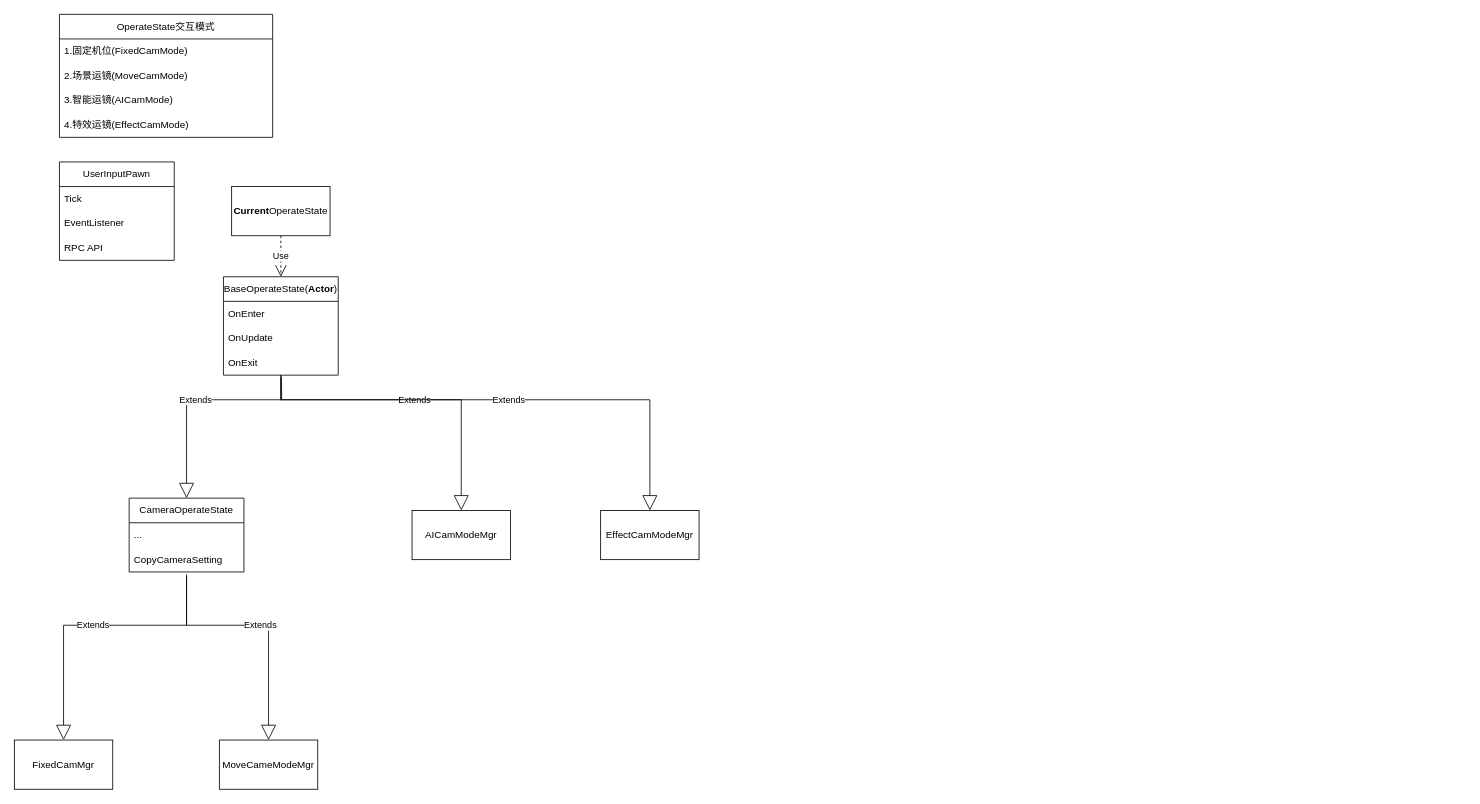
Above: cameramode.drawio in Owlcean/drawiorecord (draw.io), before the change. Source tidied: cells renumbered, new cells numbered last; positions are measured from the earlier drawing's top-left corner, leaving out a move shared by most shapes. Both pictures are drawn from the tidied source at 82%, with x=0, y=0 at pixel (14, 14).
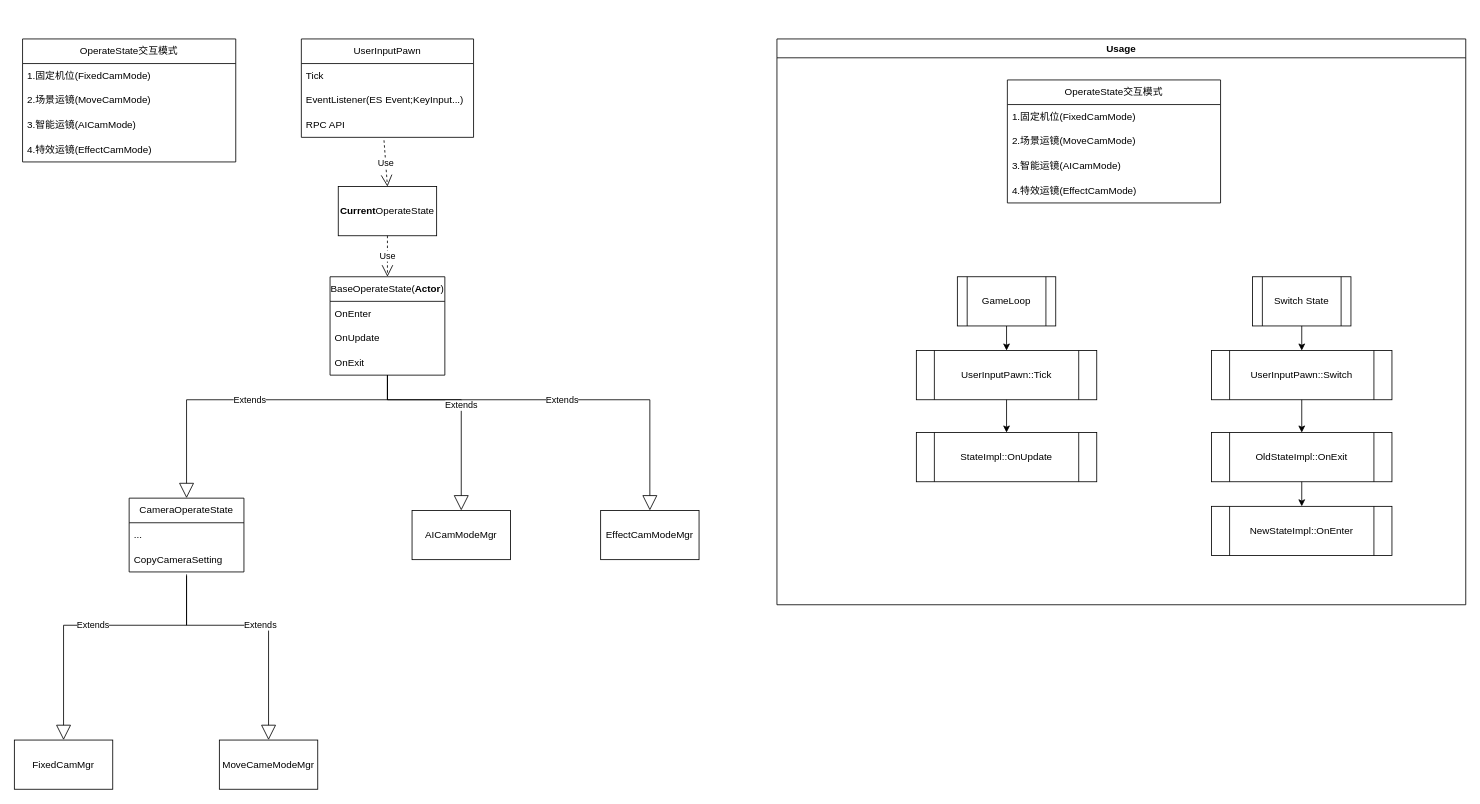
After the change.

The change refers to these unchanged cells:
```xml
<mxCell id="11" value="OnExit" style="text;strokeColor=none;fillColor=none;align=left;verticalAlign=middle;spacingLeft=4;spacingRight=4;overflow=hidden;points=[[0,0.5],[1,0.5]];portConstraint=eastwest;whiteSpace=wrap;html=1;" parent="8" vertex="1">
  <mxGeometry y="90" width="140" height="30" as="geometry" />
</mxCell>
<mxCell id="19" value="AICamModeMgr" style="rounded=0;whiteSpace=wrap;html=1;" parent="1" vertex="1">
  <mxGeometry x="485" y="605" width="120" height="60" as="geometry" />
</mxCell>
<mxCell id="20" value="EffectCamModeMgr" style="rounded=0;whiteSpace=wrap;html=1;" parent="1" vertex="1">
  <mxGeometry x="715" y="605" width="120" height="60" as="geometry" />
</mxCell>
<mxCell id="25" value="CameraOperateState" style="swimlane;fontStyle=0;horizontal=1;startSize=30;whiteSpace=wrap;html=1;" parent="1" vertex="1">
  <mxGeometry x="140" y="590" width="140" height="90" as="geometry" />
</mxCell>
```

Diff of the diagram source:
```diff
@@
+    <mxCell id="29" value="Usage" style="swimlane;whiteSpace=wrap;html=1;" parent="1" vertex="1">
+      <mxGeometry x="930" y="30" width="840" height="690" as="geometry" />
+    </mxCell>
-    <mxCell id="2" value="OperateState交互模式" style="swimlane;fontStyle=0;horizontal=1;startSize=30;whiteSpace=wrap;html=1;" parent="1" vertex="1">
-      <mxGeometry x="55" width="260" height="150" as="geometry" />
+    <mxCell id="2" value="OperateState交互模式" style="swimlane;fontStyle=0;horizontal=1;startSize=30;whiteSpace=wrap;html=1;" parent="29" vertex="1">
+      <mxGeometry x="281" y="50" width="260" height="150" as="geometry" />
     </mxCell>
@@
+    <mxCell id="30" value="UserInputPawn::Tick" style="shape=process;whiteSpace=wrap;html=1;backgroundOutline=1;" parent="29" vertex="1">
+      <mxGeometry x="170" y="380" width="220" height="60" as="geometry" />
+    </mxCell>
+    <mxCell id="31" value="StateImpl::OnUpdate" style="shape=process;whiteSpace=wrap;html=1;backgroundOutline=1;" parent="29" vertex="1">
+      <mxGeometry x="170" y="480" width="220" height="60" as="geometry" />
+    </mxCell>
+    <mxCell id="32" style="endArrow=classic;html=1;rounded=0;exitX=0.5;exitY=1;exitDx=0;exitDy=0;entryX=0.5;entryY=0;entryDx=0;entryDy=0;" parent="29" edge="1" source="34" target="30">
+      <mxGeometry relative="1" as="geometry" />
+    </mxCell>
+    <mxCell id="33" style="endArrow=classic;html=1;rounded=0;exitX=0.5;exitY=1;exitDx=0;exitDy=0;entryX=0.5;entryY=0;entryDx=0;entryDy=0;" parent="29" edge="1" source="30" target="31">
+      <mxGeometry relative="1" as="geometry" />
+    </mxCell>
+    <mxCell id="34" value="GameLoop" style="shape=process;whiteSpace=wrap;html=1;backgroundOutline=1;" parent="29" vertex="1">
+      <mxGeometry x="220" y="290" width="120" height="60" as="geometry" />
+    </mxCell>
     <mxCell id="7" value="&lt;b&gt;Current&lt;/b&gt;OperateState" style="rounded=0;whiteSpace=wrap;html=1;" parent="1" vertex="1">
-      <mxGeometry x="265" y="210" width="120" height="60" as="geometry" />
+      <mxGeometry x="395" y="210" width="120" height="60" as="geometry" />
     </mxCell>
     <mxCell id="8" value="BaseOperateState(&lt;b&gt;Actor&lt;/b&gt;)" style="swimlane;fontStyle=0;horizontal=1;startSize=30;whiteSpace=wrap;html=1;" parent="1" vertex="1">
-      <mxGeometry x="255" y="320" width="140" height="120" as="geometry" />
+      <mxGeometry x="385" y="320" width="140" height="120" as="geometry" />
     </mxCell>
@@
     <mxCell id="12" value="UserInputPawn" style="swimlane;fontStyle=0;horizontal=1;startSize=30;whiteSpace=wrap;html=1;" parent="1" vertex="1">
-      <mxGeometry x="55" y="180" width="140" height="120" as="geometry" />
+      <mxGeometry x="350" y="30" width="210" height="120" as="geometry" />
     </mxCell>
     <mxCell id="13" value="Tick" style="text;strokeColor=none;fillColor=none;align=left;verticalAlign=middle;spacingLeft=4;spacingRight=4;overflow=hidden;whiteSpace=wrap;html=1;" parent="12" vertex="1">
-      <mxGeometry y="30" width="140" height="30" as="geometry" />
+      <mxGeometry y="30" width="210" height="30" as="geometry" />
     </mxCell>
-    <mxCell id="14" value="EventListener" style="text;strokeColor=none;fillColor=none;align=left;verticalAlign=middle;spacingLeft=4;spacingRight=4;overflow=hidden;whiteSpace=wrap;html=1;" parent="12" vertex="1">
-      <mxGeometry y="60" width="140" height="30" as="geometry" />
+    <mxCell id="14" value="EventListener(ES Event;KeyInput...)" style="text;strokeColor=none;fillColor=none;align=left;verticalAlign=middle;spacingLeft=4;spacingRight=4;overflow=hidden;whiteSpace=wrap;html=1;" parent="12" vertex="1">
+      <mxGeometry y="60" width="210" height="30" as="geometry" />
     </mxCell>
     <mxCell id="15" value="RPC API&amp;nbsp;" style="text;strokeColor=none;fillColor=none;align=left;verticalAlign=middle;spacingLeft=4;spacingRight=4;overflow=hidden;points=[[0,0.5],[1,0.5]];portConstraint=eastwest;whiteSpace=wrap;html=1;" parent="12" vertex="1">
-      <mxGeometry y="90" width="140" height="30" as="geometry" />
+      <mxGeometry y="90" width="210" height="30" as="geometry" />
     </mxCell>
@@
-    <mxCell id="23" value="Extends" style="endArrow=block;endSize=16;endFill=0;html=1;rounded=0;entryX=0.5;entryY=0;entryDx=0;entryDy=0;" parent="1" edge="1" target="19">
+    <mxCell id="23" value="Extends" style="endArrow=block;endSize=16;endFill=0;html=1;rounded=0;entryX=0.5;entryY=0;entryDx=0;entryDy=0;exitX=0.5;exitY=1.008;exitDx=0;exitDy=0;exitPerimeter=0;" parent="1" edge="1" source="11" target="19">
       <mxGeometry relative="1" as="geometry">
-        <mxPoint x="325" y="440" as="sourcePoint" />
         <Array as="points">
-          <mxPoint x="325" y="470" />
+          <mxPoint x="455" y="470" />
           <mxPoint x="545" y="470" />
         </Array>
       </mxGeometry>
     </mxCell>
     <mxCell id="24" value="Extends" style="endArrow=block;endSize=16;endFill=0;html=1;rounded=0;exitX=0.5;exitY=1;exitDx=0;exitDy=0;exitPerimeter=0;entryX=0.5;entryY=0;entryDx=0;entryDy=0;" parent="1" edge="1" source="11" target="20">
       <mxGeometry relative="1" as="geometry">
         <Array as="points">
-          <mxPoint x="325" y="470" />
+          <mxPoint x="455" y="470" />
           <mxPoint x="775" y="470" />
         </Array>
       </mxGeometry>
     </mxCell>
@@
-    <mxCell id="28" value="Extends" style="endArrow=block;endSize=16;endFill=0;html=1;rounded=0;exitX=0.505;exitY=1.085;exitDx=0;exitDy=0;exitPerimeter=0;entryX=0.5;entryY=0;entryDx=0;entryDy=0;" parent="1" edge="1" source="11" target="25">
+    <mxCell id="28" value="Extends" style="endArrow=block;endSize=16;endFill=0;html=1;rounded=0;entryX=0.5;entryY=0;entryDx=0;entryDy=0;" parent="1" edge="1" target="25">
       <mxGeometry relative="1" as="geometry">
+        <mxPoint x="455" y="440" as="sourcePoint" />
         <Array as="points">
-          <mxPoint x="326" y="470" />
+          <mxPoint x="455" y="470" />
           <mxPoint x="210" y="470" />
         </Array>
       </mxGeometry>
     </mxCell>
+    <mxCell id="35" value="Switch State" style="shape=process;whiteSpace=wrap;html=1;backgroundOutline=1;" parent="1" vertex="1">
+      <mxGeometry x="1510" y="320" width="120" height="60" as="geometry" />
+    </mxCell>
+    <mxCell id="36" value="UserInputPawn::Switch" style="shape=process;whiteSpace=wrap;html=1;backgroundOutline=1;" parent="1" vertex="1">
+      <mxGeometry x="1460" y="410" width="220" height="60" as="geometry" />
+    </mxCell>
+    <mxCell id="37" value="OldStateImpl::OnExit" style="shape=process;whiteSpace=wrap;html=1;backgroundOutline=1;" parent="1" vertex="1">
+      <mxGeometry x="1460" y="510" width="220" height="60" as="geometry" />
+    </mxCell>
+    <mxCell id="38" value="NewStateImpl::OnEnter" style="shape=process;whiteSpace=wrap;html=1;backgroundOutline=1;" parent="1" vertex="1">
+      <mxGeometry x="1460" y="600" width="220" height="60" as="geometry" />
+    </mxCell>
+    <mxCell id="39" style="endArrow=classic;html=1;rounded=0;exitX=0.5;exitY=1;exitDx=0;exitDy=0;entryX=0.5;entryY=0;entryDx=0;entryDy=0;" parent="1" edge="1" source="35" target="36">
+      <mxGeometry relative="1" as="geometry" />
+    </mxCell>
+    <mxCell id="40" style="endArrow=classic;html=1;rounded=0;exitX=0.5;exitY=1;exitDx=0;exitDy=0;entryX=0.5;entryY=0;entryDx=0;entryDy=0;" parent="1" edge="1" source="36" target="37">
+      <mxGeometry relative="1" as="geometry" />
+    </mxCell>
+    <mxCell id="41" style="endArrow=classic;html=1;rounded=0;exitX=0.5;exitY=1;exitDx=0;exitDy=0;entryX=0.5;entryY=0;entryDx=0;entryDy=0;" parent="1" edge="1" source="37" target="38">
+      <mxGeometry relative="1" as="geometry" />
+    </mxCell>
+    <mxCell id="42" value="Use" style="endArrow=open;endSize=12;dashed=1;html=1;rounded=0;exitX=0.48;exitY=1.12;exitDx=0;exitDy=0;entryX=0.5;entryY=0;entryDx=0;entryDy=0;exitPerimeter=0;" parent="1" edge="1" source="15" target="7">
+      <mxGeometry relative="1" as="geometry" />
+    </mxCell>
+    <mxCell id="43" value="OperateState交互模式" style="swimlane;fontStyle=0;horizontal=1;startSize=30;whiteSpace=wrap;html=1;" parent="1" vertex="1">
+      <mxGeometry x="10" y="30" width="260" height="150" as="geometry" />
+    </mxCell>
+    <mxCell id="44" value="1.固定机位(FixedCamMode)" style="text;strokeColor=none;fillColor=none;align=left;verticalAlign=middle;spacingLeft=4;spacingRight=4;overflow=hidden;whiteSpace=wrap;html=1;" parent="43" vertex="1">
+      <mxGeometry y="30" width="260" height="30" as="geometry" />
+    </mxCell>
+    <mxCell id="45" value="2.场景运镜(MoveCamMode)" style="text;strokeColor=none;fillColor=none;align=left;verticalAlign=middle;spacingLeft=4;spacingRight=4;overflow=hidden;whiteSpace=wrap;html=1;" parent="43" vertex="1">
+      <mxGeometry y="60" width="260" height="30" as="geometry" />
+    </mxCell>
+    <mxCell id="46" value="3.智能运镜(AICamMode)" style="text;strokeColor=none;fillColor=none;align=left;verticalAlign=middle;spacingLeft=4;spacingRight=4;overflow=hidden;whiteSpace=wrap;html=1;" parent="43" vertex="1">
+      <mxGeometry y="90" width="260" height="30" as="geometry" />
+    </mxCell>
+    <mxCell id="47" value="4.特效运镜(EffectCamMode)" style="text;strokeColor=none;fillColor=none;align=left;verticalAlign=middle;spacingLeft=4;spacingRight=4;overflow=hidden;whiteSpace=wrap;html=1;" parent="43" vertex="1">
+      <mxGeometry y="120" width="260" height="30" as="geometry" />
+    </mxCell>
```
